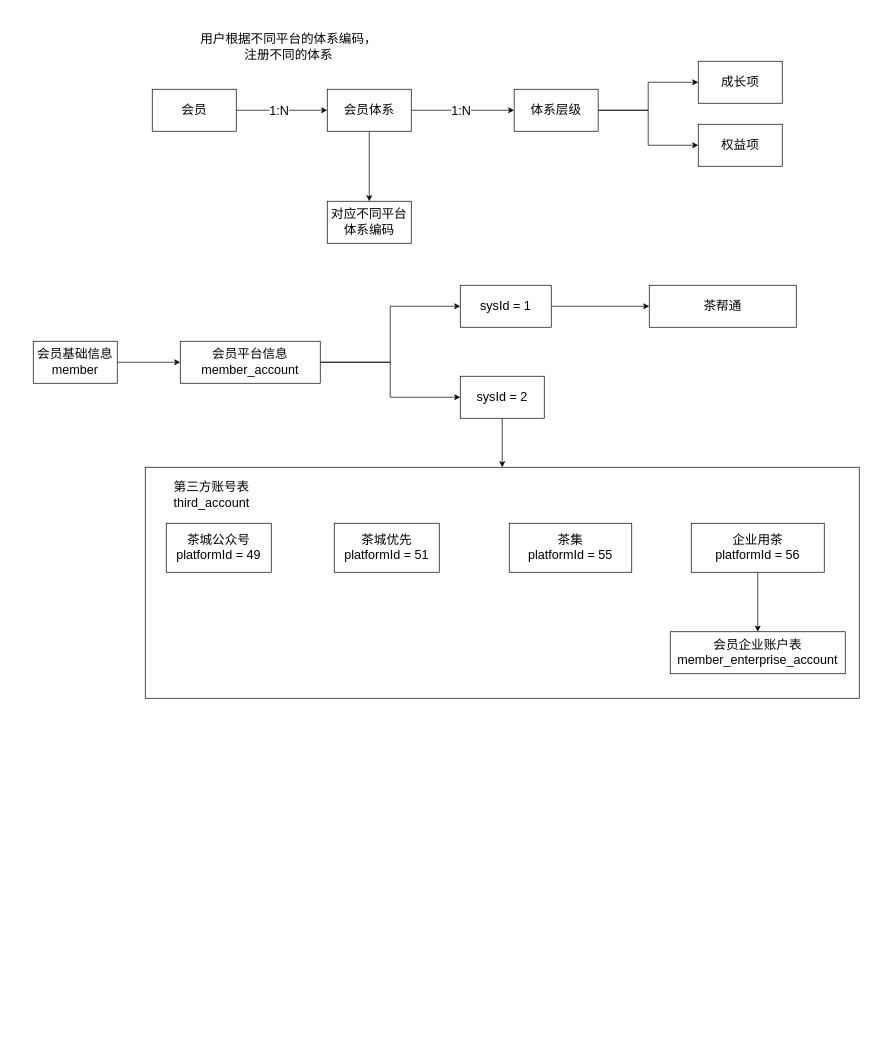
Earlier version of the draw.io diagram page "会员成长体系" (5 of 7) of 醉品系统业务流程.drawio (linbingxing/mind). Source tidied: cells renumbered, new cells numbered last; positions are measured from the earlier drawing's top-left corner, leaving out a move shared by most shapes. Both pictures are drawn from the tidied source at 70%, with x=0, y=0 at pixel (33, 12).
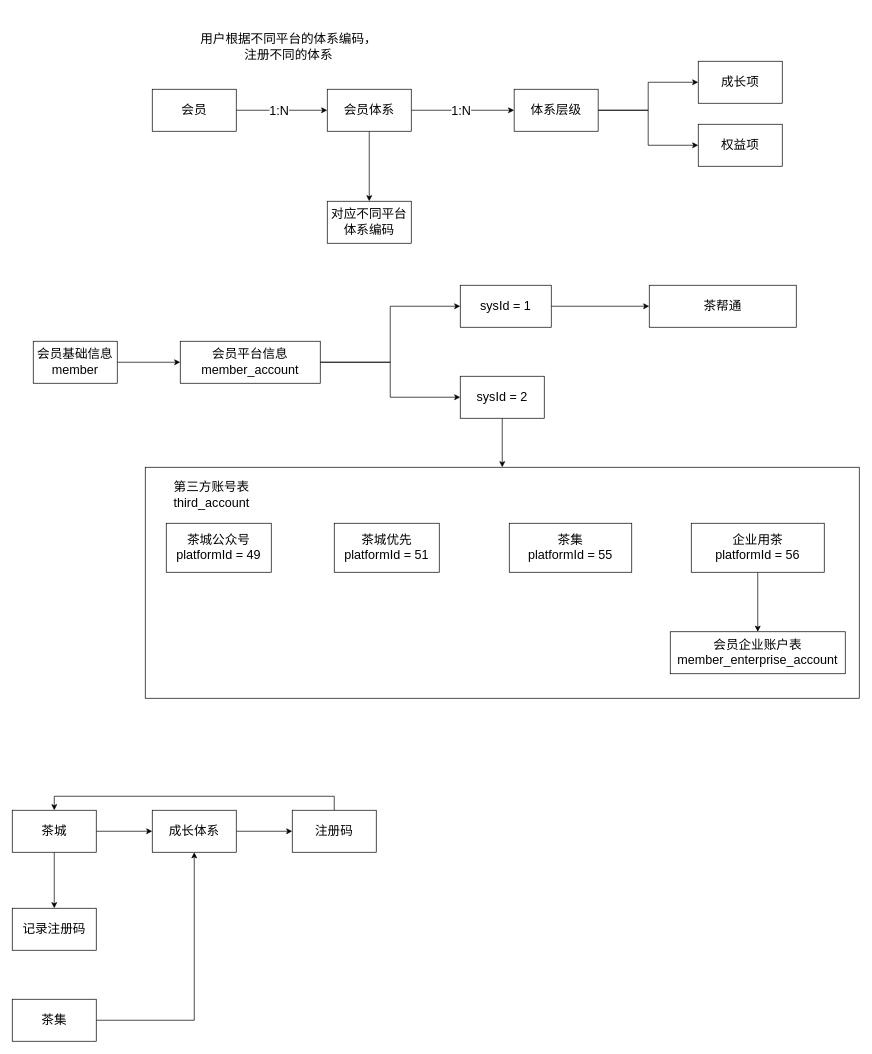
After the change.

Diff of the diagram source:
```diff
@@
+    <mxCell id="34" style="edgeStyle=orthogonalEdgeStyle;rounded=0;jettySize=auto;html=1;fontSize=18;" parent="1" edge="1" source="36" target="38">
+      <mxGeometry relative="1" as="geometry" />
+    </mxCell>
+    <mxCell id="35" style="edgeStyle=orthogonalEdgeStyle;rounded=0;jettySize=auto;html=1;fontSize=18;" parent="1" edge="1" source="36" target="41">
+      <mxGeometry relative="1" as="geometry" />
+    </mxCell>
+    <mxCell id="36" value="茶城" style="rounded=0;whiteSpace=wrap;html=1;fontSize=18;" parent="1" vertex="1">
+      <mxGeometry x="-30" y="1140" width="120" height="60" as="geometry" />
+    </mxCell>
+    <mxCell id="37" style="edgeStyle=orthogonalEdgeStyle;rounded=0;jettySize=auto;html=1;fontSize=18;" parent="1" edge="1" source="38" target="40">
+      <mxGeometry relative="1" as="geometry" />
+    </mxCell>
+    <mxCell id="38" value="成长体系" style="rounded=0;whiteSpace=wrap;html=1;fontSize=18;" parent="1" vertex="1">
+      <mxGeometry x="170" y="1140" width="120" height="60" as="geometry" />
+    </mxCell>
+    <mxCell id="39" style="edgeStyle=orthogonalEdgeStyle;rounded=0;jettySize=auto;html=1;entryX=0.5;entryY=0;entryDx=0;entryDy=0;fontSize=18;" parent="1" edge="1" source="40" target="36">
+      <mxGeometry relative="1" as="geometry">
+        <Array as="points">
+          <mxPoint x="430" y="1120" />
+          <mxPoint x="30" y="1120" />
+        </Array>
+      </mxGeometry>
+    </mxCell>
+    <mxCell id="40" value="注册码" style="rounded=0;whiteSpace=wrap;html=1;fontSize=18;" parent="1" vertex="1">
+      <mxGeometry x="370" y="1140" width="120" height="60" as="geometry" />
+    </mxCell>
+    <mxCell id="41" value="记录注册码" style="whiteSpace=wrap;html=1;fontSize=18;rounded=0;" parent="1" vertex="1">
+      <mxGeometry x="-30" y="1280" width="120" height="60" as="geometry" />
+    </mxCell>
+    <mxCell id="42" style="edgeStyle=orthogonalEdgeStyle;rounded=0;jettySize=auto;html=1;entryX=0.5;entryY=1;entryDx=0;entryDy=0;fontSize=18;" parent="1" edge="1" source="43" target="38">
+      <mxGeometry relative="1" as="geometry" />
+    </mxCell>
+    <mxCell id="43" value="茶集" style="rounded=0;whiteSpace=wrap;html=1;fontSize=18;" parent="1" vertex="1">
+      <mxGeometry x="-30" y="1410" width="120" height="60" as="geometry" />
+    </mxCell>
```
